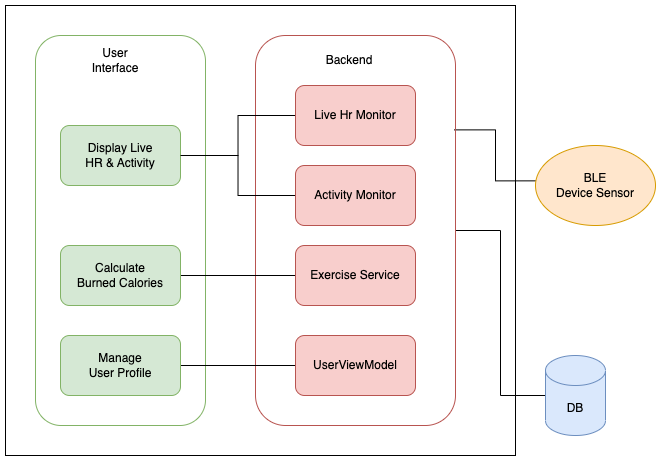
This is my-thesis/diagrams/architecture-diagram.drawio.png from ba-nhermanto/thesis, a draw.io export, as it was before one commit. Source tidied: cells renumbered, new cells last; positions are measured from the earlier drawing's top-left corner, leaving out a move shared by most shapes.
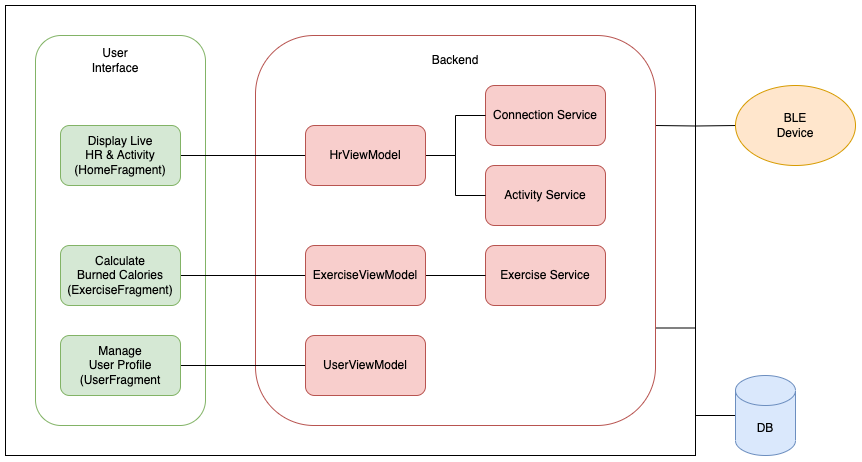
The same file after the commit.

Change to the diagram source:
```diff
@@ -3,16 +3,18 @@
     <mxCell id="0" />
     <mxCell id="1" parent="0" />
     <mxCell id="2" style="rounded=0;whiteSpace=wrap;html=1;" parent="1" vertex="1">
-      <mxGeometry width="510" height="450" as="geometry" />
+      <mxGeometry width="690" height="450" as="geometry" />
     </mxCell>
-    <mxCell id="3" style="edgeStyle=orthogonalEdgeStyle;rounded=0;jettySize=auto;html=1;exitX=1;exitY=0.5;exitDx=0;exitDy=0;entryX=0;entryY=0.5;entryDx=0;entryDy=0;entryPerimeter=0;endArrow=none;endFill=0;" parent="1" edge="1" source="5" target="18">
+    <mxCell id="3" style="edgeStyle=orthogonalEdgeStyle;rounded=0;jettySize=auto;html=1;exitX=1;exitY=0.75;exitDx=0;exitDy=0;entryX=0;entryY=0.5;entryDx=0;entryDy=0;entryPerimeter=0;endArrow=none;endFill=0;" parent="1" edge="1" source="5" target="18">
       <mxGeometry relative="1" as="geometry" />
     </mxCell>
-    <mxCell id="4" style="edgeStyle=orthogonalEdgeStyle;rounded=0;jettySize=auto;html=1;exitX=0.993;exitY=0.242;exitDx=0;exitDy=0;entryX=0.017;entryY=0.442;entryDx=0;entryDy=0;entryPerimeter=0;endArrow=none;endFill=0;exitPerimeter=0;" parent="1" edge="1" source="5" target="19">
-      <mxGeometry relative="1" as="geometry" />
+    <mxCell id="4" style="edgeStyle=orthogonalEdgeStyle;rounded=0;jettySize=auto;html=1;entryX=0.017;entryY=0.5;entryDx=0;entryDy=0;entryPerimeter=0;endArrow=none;endFill=0;" parent="1" edge="1" target="19">
+      <mxGeometry relative="1" as="geometry">
+        <mxPoint x="650" y="120" as="sourcePoint" />
+      </mxGeometry>
     </mxCell>
     <mxCell id="5" style="rounded=1;whiteSpace=wrap;html=1;fillColor=none;strokeColor=#b85450;" parent="1" vertex="1">
-      <mxGeometry x="250" y="30" width="200" height="390" as="geometry" />
+      <mxGeometry x="250" y="30" width="400" height="390" as="geometry" />
     </mxCell>
     <mxCell id="6" style="rounded=1;whiteSpace=wrap;html=1;fillColor=none;strokeColor=#82b366;" parent="1" vertex="1">
       <mxGeometry x="30" y="30" width="170" height="390" as="geometry" />
@@ -20,47 +22,59 @@
     <mxCell id="7" value="User Interface" style="text;html=1;strokeColor=none;fillColor=none;align=center;verticalAlign=middle;whiteSpace=wrap;rounded=0;" parent="1" vertex="1">
       <mxGeometry x="80" y="40" width="60" height="30" as="geometry" />
     </mxCell>
-    <mxCell id="8" style="edgeStyle=orthogonalEdgeStyle;rounded=0;jettySize=auto;html=1;exitX=1;exitY=0.5;exitDx=0;exitDy=0;entryX=0;entryY=0.5;entryDx=0;entryDy=0;endArrow=none;endFill=0;" parent="1" edge="1" source="9" target="15">
-      <mxGeometry relative="1" as="geometry" />
-    </mxCell>
+    <mxCell id="22" style="edgeStyle=orthogonalEdgeStyle;rounded=0;jettySize=auto;html=1;exitX=1;exitY=0.5;exitDx=0;exitDy=0;entryX=0;entryY=0.5;entryDx=0;entryDy=0;endArrow=none;endFill=0;" parent="1" edge="1" source="9" target="26">
+      <mxGeometry relative="1" as="geometry" />
+    </mxCell>
-    <mxCell id="9" value="Display Live &lt;br&gt;HR &amp;amp; Activity" style="rounded=1;whiteSpace=wrap;html=1;fillColor=#d5e8d4;strokeColor=#82b366;" parent="1" vertex="1">
+    <mxCell id="9" value="Display Live &lt;br&gt;HR &amp;amp; Activity&lt;br&gt;(HomeFragment)" style="rounded=1;whiteSpace=wrap;html=1;fillColor=#d5e8d4;strokeColor=#82b366;" parent="1" vertex="1">
       <mxGeometry x="55" y="120" width="120" height="60" as="geometry" />
     </mxCell>
-    <mxCell id="10" style="edgeStyle=orthogonalEdgeStyle;rounded=0;jettySize=auto;html=1;exitX=1;exitY=0.5;exitDx=0;exitDy=0;entryX=0;entryY=0.5;entryDx=0;entryDy=0;endArrow=none;endFill=0;" parent="1" edge="1" source="11" target="16">
-      <mxGeometry relative="1" as="geometry" />
-    </mxCell>
+    <mxCell id="23" style="edgeStyle=orthogonalEdgeStyle;rounded=0;jettySize=auto;html=1;exitX=1;exitY=0.5;exitDx=0;exitDy=0;entryX=0;entryY=0.5;entryDx=0;entryDy=0;endArrow=none;endFill=0;" parent="1" edge="1" source="11" target="28">
+      <mxGeometry relative="1" as="geometry" />
+    </mxCell>
-    <mxCell id="11" value="Calculate &lt;br&gt;Burned Calories" style="rounded=1;whiteSpace=wrap;html=1;fillColor=#d5e8d4;strokeColor=#82b366;" parent="1" vertex="1">
+    <mxCell id="11" value="Calculate &lt;br&gt;Burned Calories&lt;br&gt;(ExerciseFragment)" style="rounded=1;whiteSpace=wrap;html=1;fillColor=#d5e8d4;strokeColor=#82b366;" parent="1" vertex="1">
       <mxGeometry x="55" y="240" width="120" height="60" as="geometry" />
     </mxCell>
     <mxCell id="12" style="edgeStyle=orthogonalEdgeStyle;rounded=0;jettySize=auto;html=1;exitX=1;exitY=0.5;exitDx=0;exitDy=0;entryX=0;entryY=0.5;entryDx=0;entryDy=0;endArrow=none;endFill=0;" parent="1" edge="1" source="13" target="17">
       <mxGeometry relative="1" as="geometry" />
     </mxCell>
-    <mxCell id="13" value="Manage &lt;br&gt;User Profile" style="rounded=1;whiteSpace=wrap;html=1;fillColor=#d5e8d4;strokeColor=#82b366;" parent="1" vertex="1">
+    <mxCell id="13" value="Manage &lt;br&gt;User Profile&lt;br&gt;(UserFragment" style="rounded=1;whiteSpace=wrap;html=1;fillColor=#d5e8d4;strokeColor=#82b366;" parent="1" vertex="1">
       <mxGeometry x="55" y="330" width="120" height="60" as="geometry" />
     </mxCell>
     <mxCell id="14" value="Backend" style="text;html=1;strokeColor=none;fillColor=none;align=center;verticalAlign=middle;whiteSpace=wrap;rounded=0;" parent="1" vertex="1">
-      <mxGeometry x="314" y="40" width="60" height="30" as="geometry" />
+      <mxGeometry x="420" y="40" width="60" height="30" as="geometry" />
     </mxCell>
-    <mxCell id="15" value="Live Hr Monitor" style="rounded=1;whiteSpace=wrap;html=1;fillColor=#f8cecc;strokeColor=#b85450;" parent="1" vertex="1">
-      <mxGeometry x="290" y="80" width="120" height="60" as="geometry" />
+    <mxCell id="15" value="Connection Service" style="rounded=1;whiteSpace=wrap;html=1;fillColor=#f8cecc;strokeColor=#b85450;" parent="1" vertex="1">
+      <mxGeometry x="480" y="80" width="120" height="60" as="geometry" />
     </mxCell>
     <mxCell id="16" value="Exercise Service" style="rounded=1;whiteSpace=wrap;html=1;fillColor=#f8cecc;strokeColor=#b85450;" parent="1" vertex="1">
-      <mxGeometry x="290" y="240" width="120" height="60" as="geometry" />
+      <mxGeometry x="480" y="240" width="120" height="60" as="geometry" />
     </mxCell>
     <mxCell id="17" value="UserViewModel" style="rounded=1;whiteSpace=wrap;html=1;fillColor=#f8cecc;strokeColor=#b85450;" parent="1" vertex="1">
-      <mxGeometry x="290" y="330" width="120" height="60" as="geometry" />
+      <mxGeometry x="300" y="330" width="120" height="60" as="geometry" />
     </mxCell>
     <mxCell id="18" value="DB" style="shape=cylinder3;whiteSpace=wrap;html=1;boundedLbl=1;backgroundOutline=1;size=15;fillColor=#dae8fc;strokeColor=#6c8ebf;" parent="1" vertex="1">
-      <mxGeometry x="540" y="350" width="60" height="80" as="geometry" />
+      <mxGeometry x="730" y="370" width="60" height="80" as="geometry" />
     </mxCell>
-    <mxCell id="19" value="BLE&lt;br&gt;Device Sensor" style="ellipse;whiteSpace=wrap;html=1;fillColor=#ffe6cc;strokeColor=#d79b00;" parent="1" vertex="1">
-      <mxGeometry x="530" y="140" width="120" height="80" as="geometry" />
+    <mxCell id="19" value="BLE&lt;br&gt;Device" style="ellipse;whiteSpace=wrap;html=1;fillColor=#ffe6cc;strokeColor=#d79b00;" parent="1" vertex="1">
+      <mxGeometry x="730" y="80" width="120" height="80" as="geometry" />
     </mxCell>
-    <mxCell id="20" style="edgeStyle=orthogonalEdgeStyle;rounded=0;jettySize=auto;html=1;exitX=0;exitY=0.5;exitDx=0;exitDy=0;entryX=1;entryY=0.5;entryDx=0;entryDy=0;endArrow=none;endFill=0;" parent="1" edge="1" source="21" target="9">
-      <mxGeometry relative="1" as="geometry" />
-    </mxCell>
-    <mxCell id="21" value="Activity Monitor" style="rounded=1;whiteSpace=wrap;html=1;fillColor=#f8cecc;strokeColor=#b85450;" parent="1" vertex="1">
-      <mxGeometry x="290" y="160" width="120" height="60" as="geometry" />
+    <mxCell id="21" value="Activity Service" style="rounded=1;whiteSpace=wrap;html=1;fillColor=#f8cecc;strokeColor=#b85450;" parent="1" vertex="1">
+      <mxGeometry x="480" y="160" width="120" height="60" as="geometry" />
     </mxCell>
+    <mxCell id="24" style="edgeStyle=orthogonalEdgeStyle;rounded=0;jettySize=auto;html=1;exitX=1;exitY=0.5;exitDx=0;exitDy=0;endArrow=none;endFill=0;" parent="1" edge="1" source="26" target="15">
+      <mxGeometry relative="1" as="geometry" />
+    </mxCell>
+    <mxCell id="25" style="edgeStyle=orthogonalEdgeStyle;rounded=0;jettySize=auto;html=1;exitX=1;exitY=0.5;exitDx=0;exitDy=0;entryX=0;entryY=0.5;entryDx=0;entryDy=0;endArrow=none;endFill=0;" parent="1" edge="1" source="26" target="21">
+      <mxGeometry relative="1" as="geometry" />
+    </mxCell>
+    <mxCell id="26" value="HrViewModel" style="rounded=1;whiteSpace=wrap;html=1;fillColor=#f8cecc;strokeColor=#b85450;" parent="1" vertex="1">
+      <mxGeometry x="300" y="120" width="120" height="60" as="geometry" />
+    </mxCell>
+    <mxCell id="27" style="edgeStyle=orthogonalEdgeStyle;rounded=0;jettySize=auto;html=1;exitX=1;exitY=0.5;exitDx=0;exitDy=0;entryX=0;entryY=0.5;entryDx=0;entryDy=0;endArrow=none;endFill=0;" parent="1" edge="1" source="28" target="16">
+      <mxGeometry relative="1" as="geometry" />
+    </mxCell>
+    <mxCell id="28" value="ExerciseViewModel" style="rounded=1;whiteSpace=wrap;html=1;fillColor=#f8cecc;strokeColor=#b85450;" parent="1" vertex="1">
+      <mxGeometry x="300" y="240" width="120" height="60" as="geometry" />
+    </mxCell>
   </root>
 </mxGraphModel>
```
